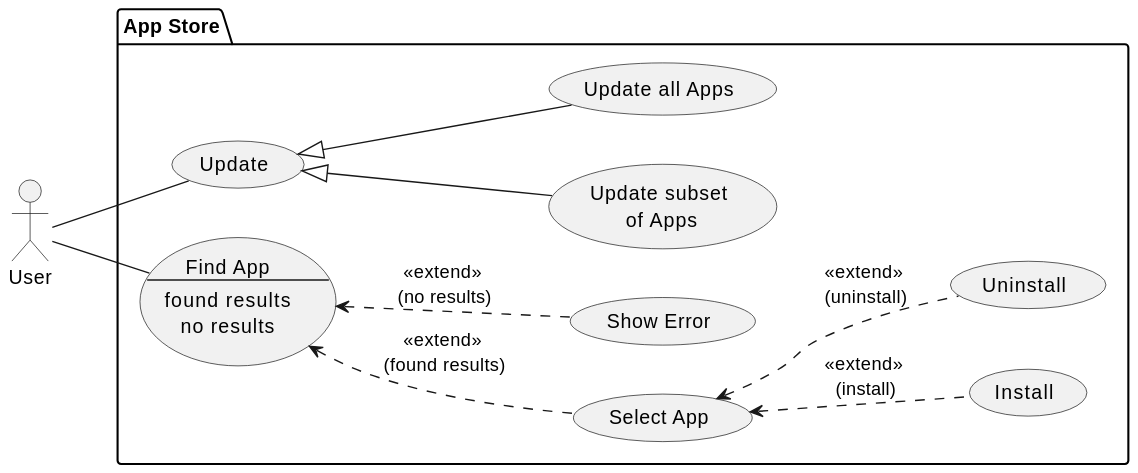
The PlantUML diagram build/appstore_usecases.svg in notfirefox/swea-project, before a commit. The source it was exported from:
```plantuml
@startuml
actor User as user

package "App Store" {
    left to right direction

    usecase install as "Install"
    usecase uninstall as "Uninstall"
    usecase update as "Update"
    usecase updateSubset as "Update subset\n of Apps"
    usecase updateAll as "Update all Apps"
    usecase findApp as "Find App
    --
    found results
    no results
    "

    usecase "Select App" as selectApp
    usecase "Show Error" as showError

    user -- update
    user -- findApp

    update <|-- updateAll
    update <|-- updateSubset

    findApp <.. selectApp : "<<extend>>\n (found results)"
    findApp <.. showError : "<<extend>>\n (no results)"

    selectApp <.. install : "<<extend>>\n (install)"
    selectApp <.. uninstall : "<<extend>>\n (uninstall)"
}
@enduml
```
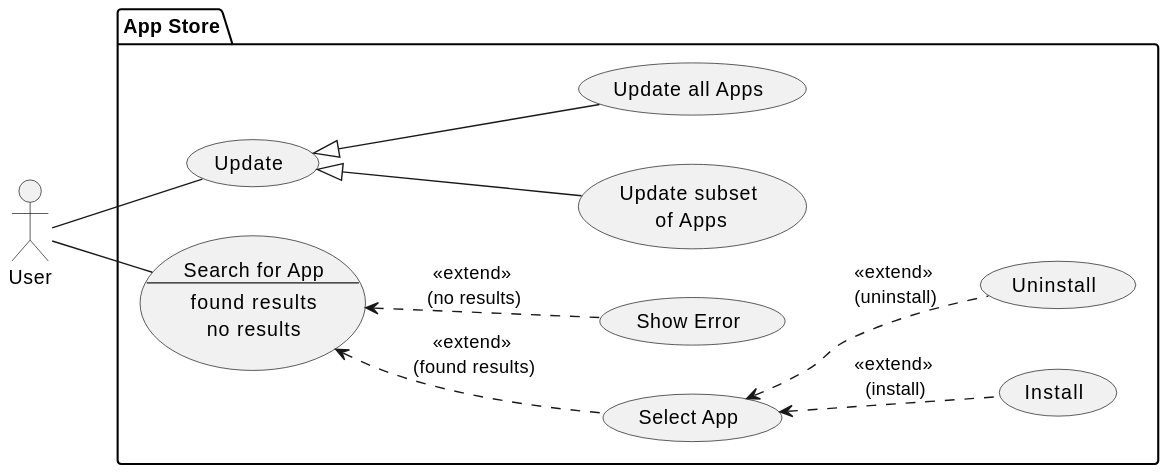
After the commit.

Change to the diagram source:
```diff
@@ -9,7 +9,7 @@
     usecase update as "Update"
     usecase updateSubset as "Update subset\n of Apps"
     usecase updateAll as "Update all Apps"
-    usecase findApp as "Find App
+    usecase findApp as "Search for App
     --
     found results
     no results
```
